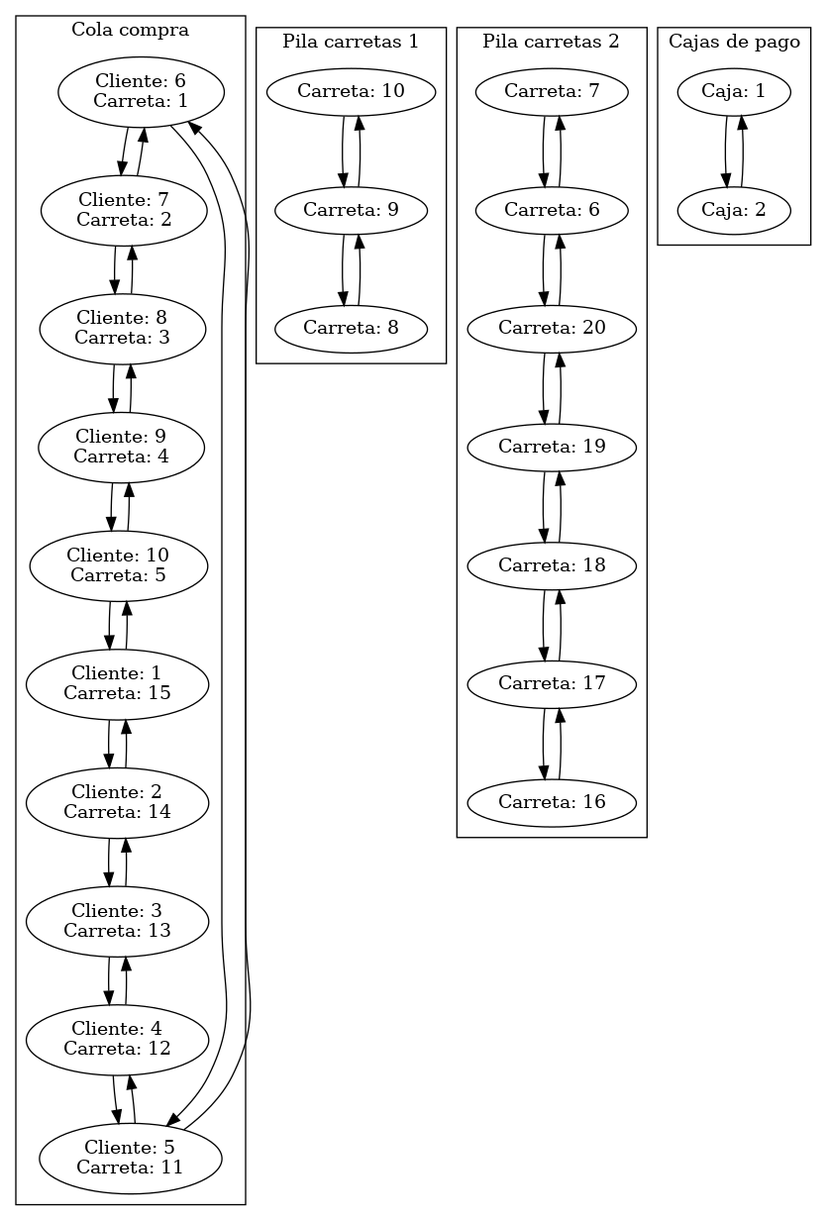
The Graphviz diagram listas.png in Grifiun/Practica_1_Estructura_Datos, before a commit. Its source is kept beside it as listas.dot. Its diagram source:
```dot
digraph Grafica {
subgraph cluster_ColaCarreta {
label="Cola espera"}subgraph cluster_ColaCompra {
Cliente6[label="Cliente: 6
Carreta: 1"];
Cliente7[label="Cliente: 7
Carreta: 2"];
Cliente8[label="Cliente: 8
Carreta: 3"];
Cliente9[label="Cliente: 9
Carreta: 4"];
Cliente10[label="Cliente: 10
Carreta: 5"];
Cliente1[label="Cliente: 1
Carreta: 15"];
Cliente2[label="Cliente: 2
Carreta: 14"];
Cliente3[label="Cliente: 3
Carreta: 13"];
Cliente4[label="Cliente: 4
Carreta: 12"];
Cliente5[label="Cliente: 5
Carreta: 11"];
Cliente6 -> Cliente7;
Cliente6 -> Cliente5;
Cliente7 -> Cliente8;
Cliente7 -> Cliente6;
Cliente8 -> Cliente9;
Cliente8 -> Cliente7;
Cliente9 -> Cliente10;
Cliente9 -> Cliente8;
Cliente10 -> Cliente1;
Cliente10 -> Cliente9;
Cliente1 -> Cliente2;
Cliente1 -> Cliente10;
Cliente2 -> Cliente3;
Cliente2 -> Cliente1;
Cliente3 -> Cliente4;
Cliente3 -> Cliente2;
Cliente4 -> Cliente5;
Cliente4 -> Cliente3;
Cliente5 -> Cliente6;
Cliente5 -> Cliente4;
label="Cola compra"}subgraph cluster_ColaPago {
label="Cola pagos"}subgraph cluster_Carreta1 {
Carreta10[label="Carreta: 10"];
Carreta9[label="Carreta: 9"];
Carreta8[label="Carreta: 8"];
Carreta10 -> Carreta9;
Carreta9 -> Carreta8;
Carreta9 -> Carreta10;
Carreta8 -> Carreta9;
label="Pila carretas 1"}subgraph cluster_Carreta2 {
Carreta7[label="Carreta: 7"];
Carreta6[label="Carreta: 6"];
Carreta20[label="Carreta: 20"];
Carreta19[label="Carreta: 19"];
Carreta18[label="Carreta: 18"];
Carreta17[label="Carreta: 17"];
Carreta16[label="Carreta: 16"];
Carreta7 -> Carreta6;
Carreta6 -> Carreta20;
Carreta6 -> Carreta7;
Carreta20 -> Carreta19;
Carreta20 -> Carreta6;
Carreta19 -> Carreta18;
Carreta19 -> Carreta20;
Carreta18 -> Carreta17;
Carreta18 -> Carreta19;
Carreta17 -> Carreta16;
Carreta17 -> Carreta18;
Carreta16 -> Carreta17;
label="Pila carretas 2"}subgraph cluster_ColaCaja {
Caja1[label="Caja: 1"];
Caja2[label="Caja: 2"];
Caja1 -> Caja2;
Caja2 -> Caja1;
label="Cajas de pago"}}
```
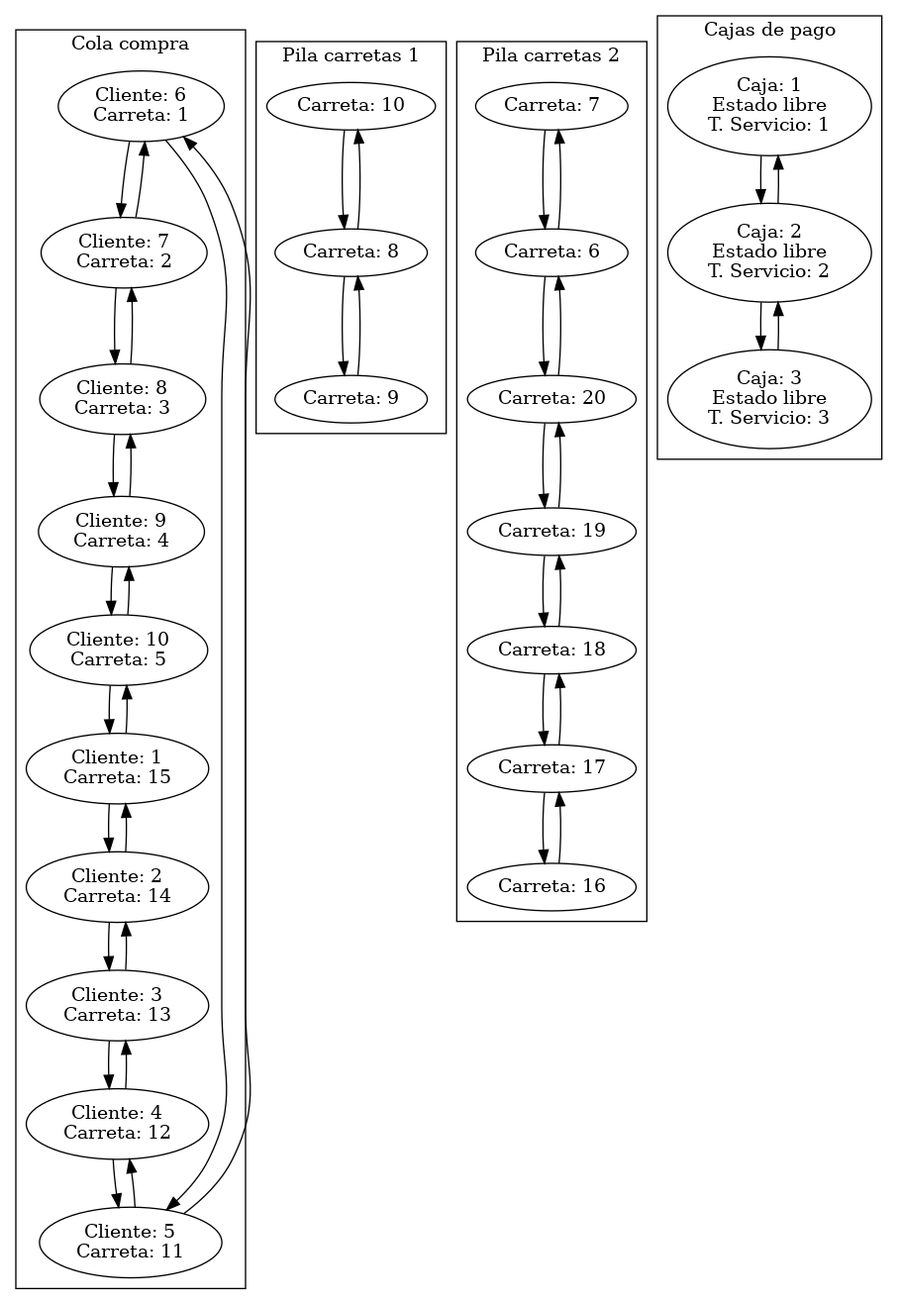
The same diagram one commit later.

Change to the diagram source:
```diff
@@ -44,12 +44,12 @@
 label="Cola compra"}subgraph cluster_ColaPago {
 label="Cola pagos"}subgraph cluster_Carreta1 {
 Carreta10[label="Carreta: 10"];
+Carreta8[label="Carreta: 8"];
 Carreta9[label="Carreta: 9"];
-Carreta8[label="Carreta: 8"];
-Carreta10 -> Carreta9;
+Carreta10 -> Carreta8;
+Carreta8 -> Carreta9;
+Carreta8 -> Carreta10;
 Carreta9 -> Carreta8;
-Carreta9 -> Carreta10;
-Carreta8 -> Carreta9;
 label="Pila carretas 1"}subgraph cluster_Carreta2 {
 Carreta7[label="Carreta: 7"];
 Carreta6[label="Carreta: 6"];
@@ -71,8 +71,17 @@
 Carreta17 -> Carreta18;
 Carreta16 -> Carreta17;
 label="Pila carretas 2"}subgraph cluster_ColaCaja {
-Caja1[label="Caja: 1"];
-Caja2[label="Caja: 2"];
+Caja1[label="Caja: 1
+Estado libre
+T. Servicio: 1"];
+Caja2[label="Caja: 2
+Estado libre
+T. Servicio: 2"];
+Caja3[label="Caja: 3
+Estado libre
+T. Servicio: 3"];
 Caja1 -> Caja2;
+Caja2 -> Caja3;
 Caja2 -> Caja1;
+Caja3 -> Caja2;
 label="Cajas de pago"}}
```
